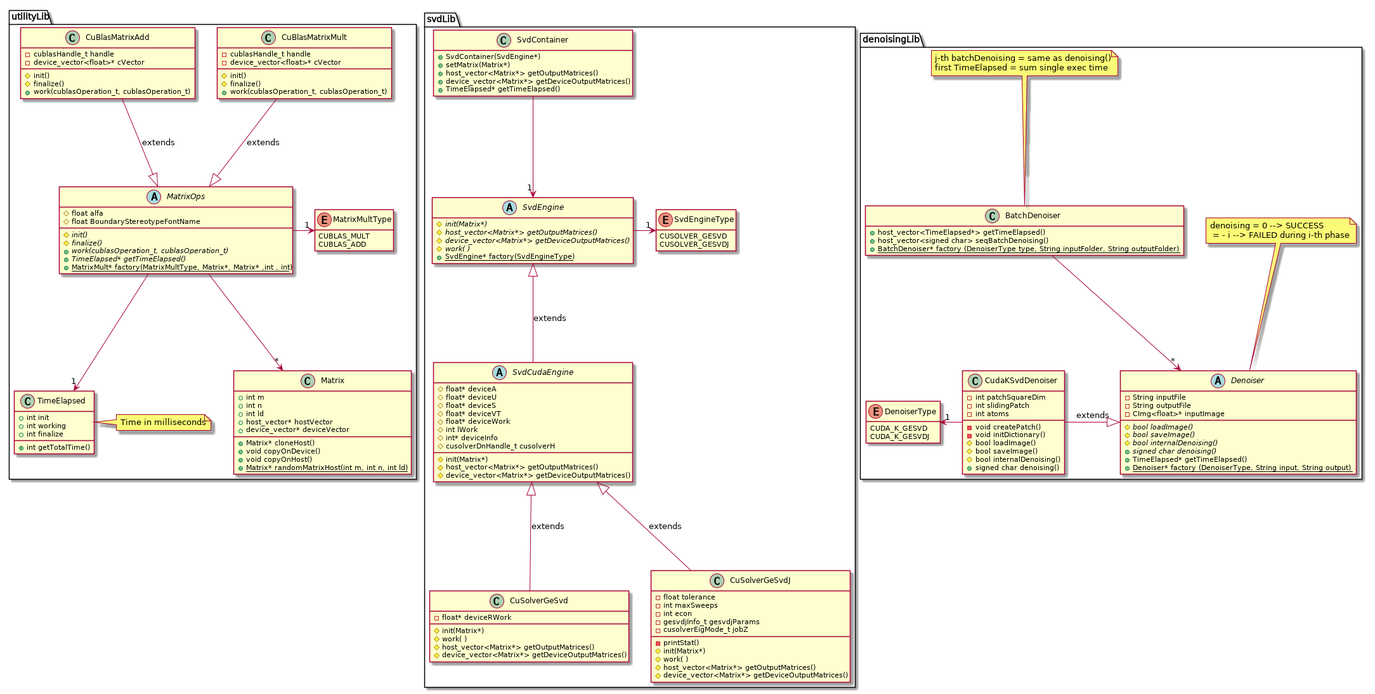
The PlantUML diagram uml/out/classDiagram/diagrammaSVD.png in newfla/CUDA-K-SVD-Denoising, before a commit.
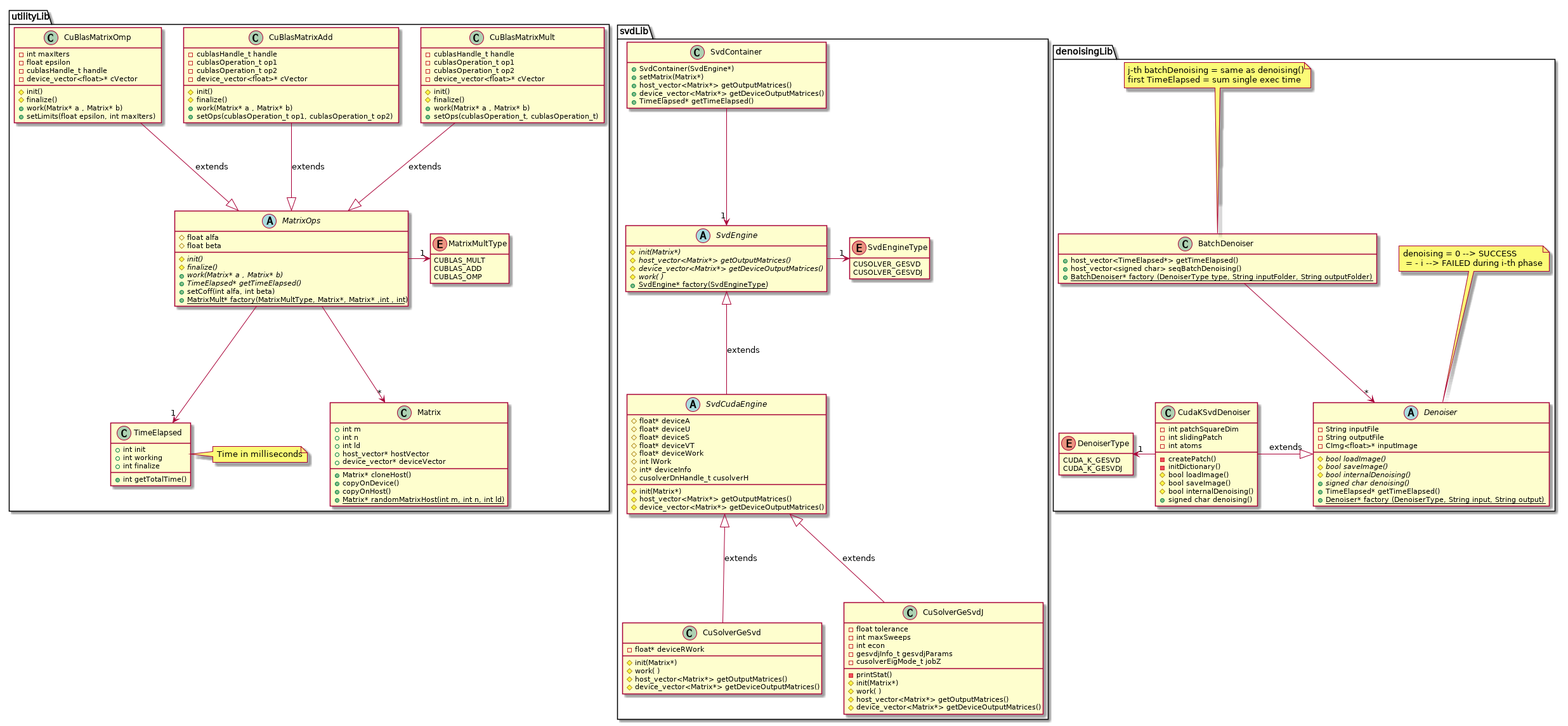
After the change.

The edit, as a diff of the source:
```diff
@@ -10,8 +10,8 @@
         + device_vector* deviceVector
 
         + Matrix* cloneHost()
-        + void copyOnDevice()
-        + void copyOnHost()
+        + copyOnDevice()
+        + copyOnHost()
         {static} + Matrix* randomMatrixHost(int m, int n, int ld)
     }
 
@@ -27,38 +27,58 @@
     enum MatrixMultType{
             CUBLAS_MULT
             CUBLAS_ADD
+            CUBLAS_OMP
     }
 
     abstract class MatrixOps{
 
         # float alfa
-        # float BoundaryStereotypeFontName
+        # float beta
 
         {abstract} # init()
         {abstract} # finalize()
-        {abstract} + work(cublasOperation_t, cublasOperation_t)
+        {abstract} + work(Matrix* a , Matrix* b)
         {abstract} + TimeElapsed* getTimeElapsed()
+        + setCoff(int alfa, int beta)
         {static} + MatrixMult* factory(MatrixMultType, Matrix*, Matrix* ,int , int)
     }
 
     class CuBlasMatrixMult{
 
         - cublasHandle_t handle
+        - cublasOperation_t op1
+        - cublasOperation_t op2
         - device_vector<float>* cVector
 
         # init()
         # finalize()
-        + work(cublasOperation_t, cublasOperation_t)
+        + work(Matrix* a , Matrix* b)
+        + setOps(cublasOperation_t, cublasOperation_t)
     }
 
     class CuBlasMatrixAdd{
 
         - cublasHandle_t handle
+        - cublasOperation_t op1
+        - cublasOperation_t op2
         - device_vector<float>* cVector
 
         # init()
         # finalize()
-        + work(cublasOperation_t, cublasOperation_t)
+        + work(Matrix* a , Matrix* b)
+        + setOps(cublasOperation_t op1, cublasOperation_t op2)
+    }
+
+    class CuBlasMatrixOmp{
+        - int maxIters
+        - float epsilon
+        - cublasHandle_t handle
+        - device_vector<float>* cVector
+
+        # init()
+        # finalize()
+        + work(Matrix* a , Matrix* b)
+        + setLimits(float epsilon, int maxIters)
     }
 
     MatrixOps --> "*" Matrix
@@ -66,6 +86,7 @@
     MatrixOps -> "1" MatrixMultType
     CuBlasMatrixMult --|> MatrixOps : extends
     CuBlasMatrixAdd --|> MatrixOps : extends
+    CuBlasMatrixOmp --|> MatrixOps : extends
 
     hide MatrixMultType methods
 }
@@ -176,8 +197,8 @@
         - int slidingPatch
         - int atoms
 
-        - void createPatch()
-        - void initDictionary()
+        - createPatch()
+        - initDictionary()
         # bool loadImage()
         # bool saveImage()
         # bool internalDenoising()
```
